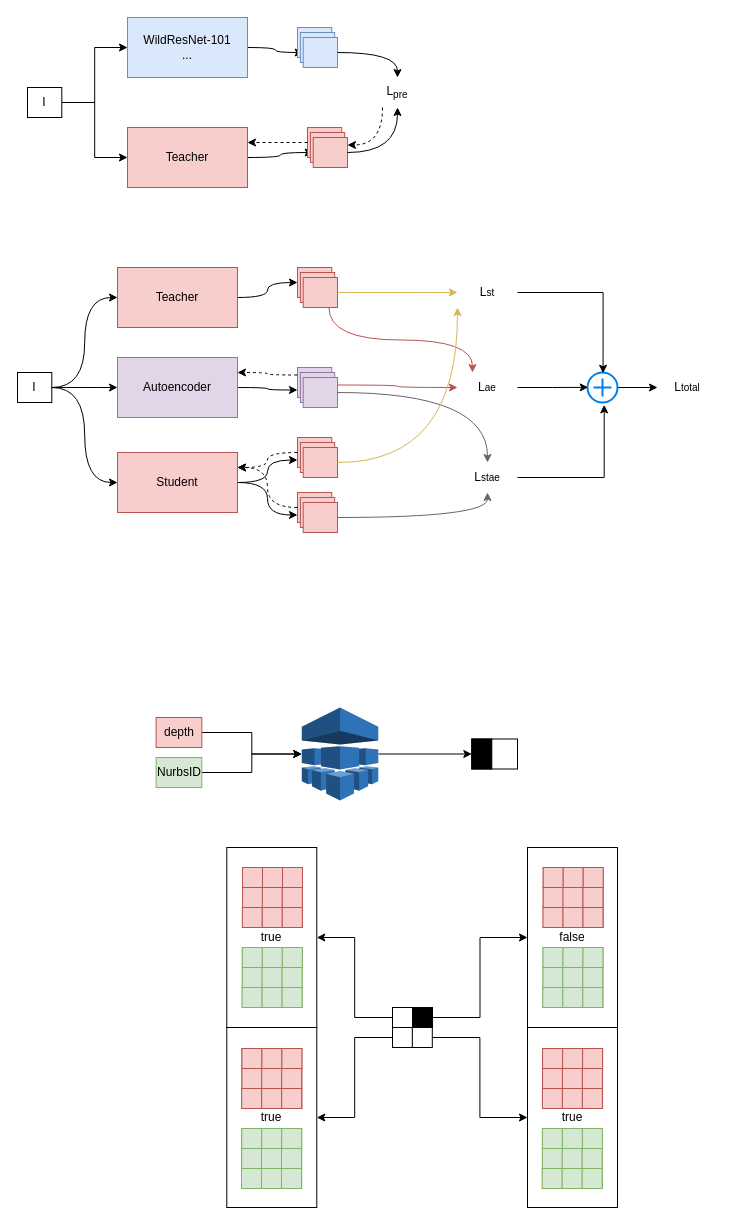
Before: weekly240716.drawio in spaceboy202105/img, a draw.io diagram. Source tidied: cells renumbered, new cells numbered last; positions are measured from the earlier drawing's top-left corner, leaving out a move shared by most shapes. Both pictures are drawn from the tidied source at 100%, with x=0, y=0 at pixel (17, 17).
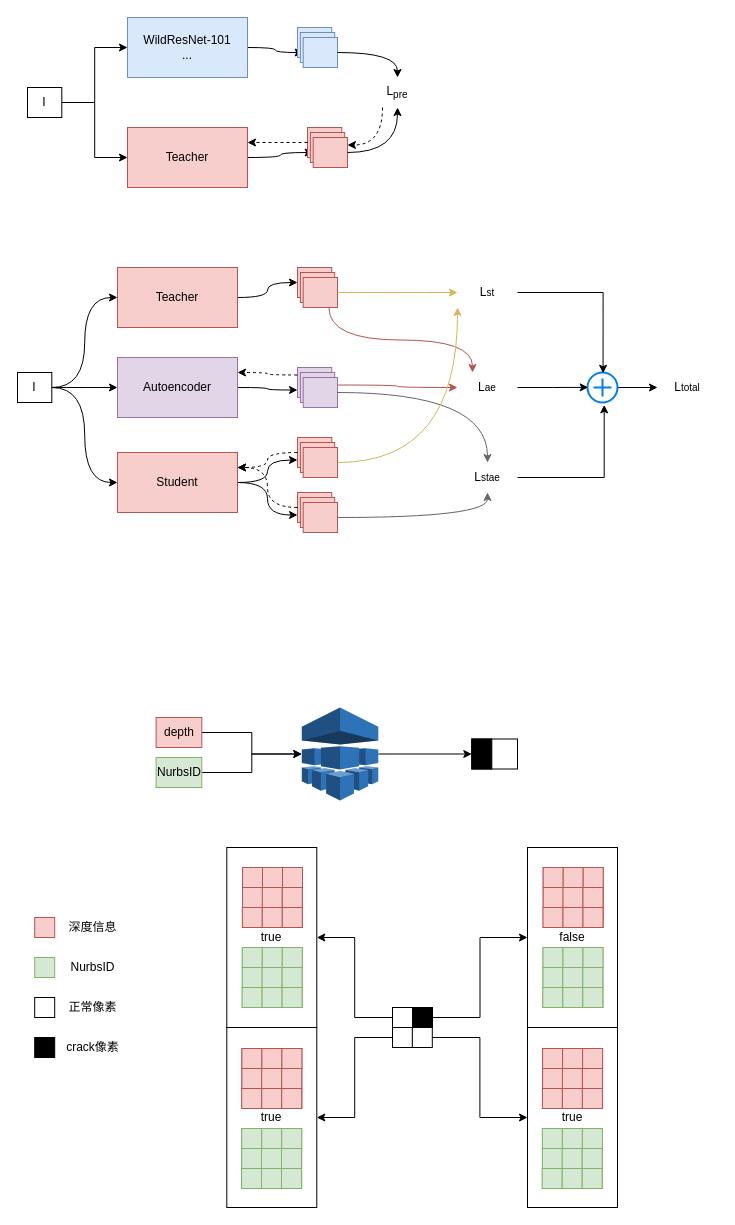
The same page after the edit.

The edit, as a diff of the source:
```diff
@@
+    <mxCell id="167" style="rounded=0;whiteSpace=wrap;html=1;fillColor=#d5e8d4;strokeColor=#82b366;" parent="1" vertex="1">
+      <mxGeometry x="17.2" y="940" width="20" height="20" as="geometry" />
+    </mxCell>
+    <mxCell id="168" style="rounded=0;whiteSpace=wrap;html=1;fillColor=#f8cecc;strokeColor=#b85450;" parent="1" vertex="1">
+      <mxGeometry x="17.2" y="900" width="20" height="20" as="geometry" />
+    </mxCell>
+    <mxCell id="169" style="rounded=0;whiteSpace=wrap;html=1;" parent="1" vertex="1">
+      <mxGeometry x="17.2" y="980" width="20" height="20" as="geometry" />
+    </mxCell>
+    <mxCell id="170" style="rounded=0;whiteSpace=wrap;html=1;fillColor=#000000;" parent="1" vertex="1">
+      <mxGeometry x="17.2" y="1020" width="20" height="20" as="geometry" />
+    </mxCell>
+    <mxCell id="171" value="深度信息" style="text;html=1;align=center;verticalAlign=middle;strokeColor=none;fillColor=none;" parent="1" vertex="1">
+      <mxGeometry x="40" y="895" width="70" height="30" as="geometry" />
+    </mxCell>
+    <mxCell id="172" value="NurbsID" style="text;html=1;align=center;verticalAlign=middle;strokeColor=none;fillColor=none;" parent="1" vertex="1">
+      <mxGeometry x="40" y="935" width="70" height="30" as="geometry" />
+    </mxCell>
+    <mxCell id="173" value="正常像素" style="text;html=1;align=center;verticalAlign=middle;strokeColor=none;fillColor=none;" parent="1" vertex="1">
+      <mxGeometry x="40" y="975" width="70" height="30" as="geometry" />
+    </mxCell>
+    <mxCell id="174" value="crack像素" style="text;html=1;align=center;verticalAlign=middle;strokeColor=none;fillColor=none;" parent="1" vertex="1">
+      <mxGeometry x="35" y="1015" width="80" height="30" as="geometry" />
+    </mxCell>
```
